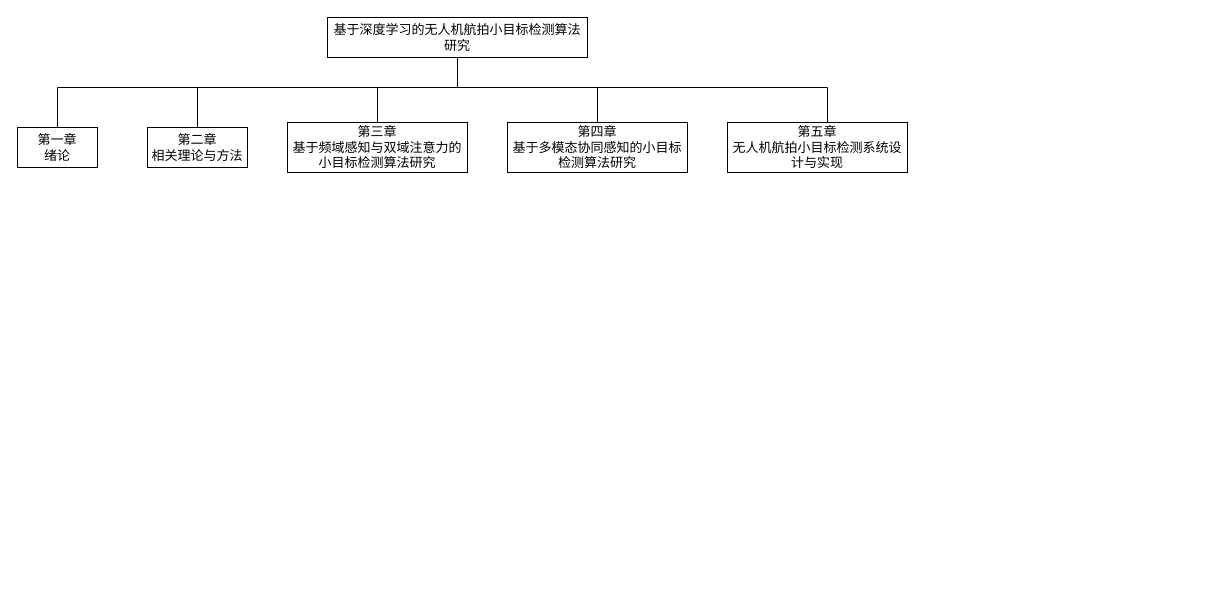
Above: DrawIO_file/毕业论文画图/章节安排结构图.drawio in DingDongZz/typera_PicGO (draw.io), before the change. Source tidied: cells renumbered, new cells numbered last; positions are measured from the earlier drawing's top-left corner, leaving out a move shared by most shapes. Both pictures are drawn from the tidied source at 100%, with x=0, y=0 at pixel (17, 17).
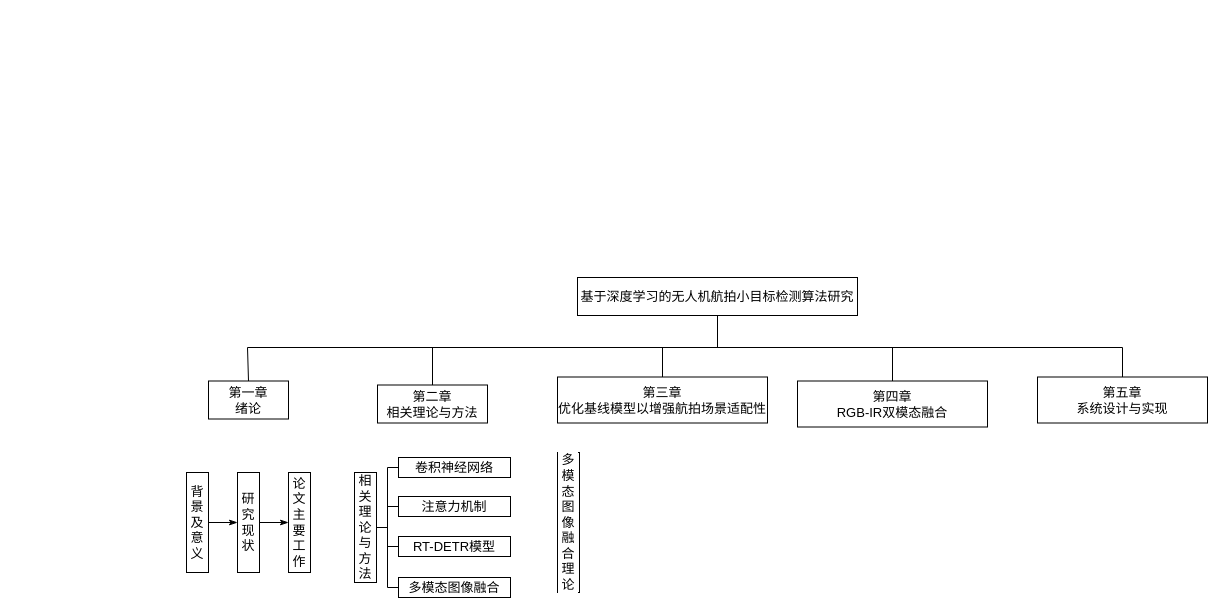
After the change.

Commit message (it also covers changes not shown here):
更新章节安排结构图.drawio

The edit, as a diff of the source:
```diff
@@
     <mxCell id="2" style="edgeStyle=orthogonalEdgeStyle;rounded=0;jettySize=auto;html=1;entryX=0.5;entryY=0;entryDx=0;entryDy=0;endArrow=none;startFill=0;fontFamily=宋体;fontSize=13;" parent="1" edge="1" source="7" target="8">
       <mxGeometry relative="1" as="geometry">
         <Array as="points">
-          <mxPoint x="440" y="70" />
-          <mxPoint x="40" y="70" />
+          <mxPoint x="700" y="330" />
+          <mxPoint x="230" y="330" />
+          <mxPoint x="230" y="363" />
         </Array>
       </mxGeometry>
     </mxCell>
     <mxCell id="3" style="edgeStyle=orthogonalEdgeStyle;shape=connector;rounded=0;jettySize=auto;html=1;entryX=0.5;entryY=0;entryDx=0;entryDy=0;strokeColor=default;align=center;verticalAlign=middle;fontFamily=宋体;fontSize=13;fontColor=default;labelBackgroundColor=default;startFill=0;endArrow=none;" parent="1" edge="1" source="7" target="9">
       <mxGeometry relative="1" as="geometry">
         <Array as="points">
-          <mxPoint x="440" y="70" />
-          <mxPoint x="180" y="70" />
+          <mxPoint x="700" y="330" />
+          <mxPoint x="415" y="330" />
         </Array>
       </mxGeometry>
     </mxCell>
     <mxCell id="4" style="edgeStyle=orthogonalEdgeStyle;shape=connector;rounded=0;jettySize=auto;html=1;entryX=0.5;entryY=0;entryDx=0;entryDy=0;strokeColor=default;align=center;verticalAlign=middle;fontFamily=宋体;fontSize=13;fontColor=default;labelBackgroundColor=default;startFill=0;endArrow=none;" parent="1" edge="1" source="7" target="10">
       <mxGeometry relative="1" as="geometry">
         <Array as="points">
-          <mxPoint x="440" y="70" />
-          <mxPoint x="360" y="70" />
+          <mxPoint x="700" y="330" />
+          <mxPoint x="645" y="330" />
         </Array>
       </mxGeometry>
     </mxCell>
     <mxCell id="5" style="edgeStyle=orthogonalEdgeStyle;shape=connector;rounded=0;jettySize=auto;html=1;entryX=0.5;entryY=0;entryDx=0;entryDy=0;strokeColor=default;align=center;verticalAlign=middle;fontFamily=宋体;fontSize=13;fontColor=default;labelBackgroundColor=default;startFill=0;endArrow=none;" parent="1" edge="1" source="7" target="11">
       <mxGeometry relative="1" as="geometry">
         <Array as="points">
-          <mxPoint x="440" y="70" />
-          <mxPoint x="580" y="70" />
+          <mxPoint x="700" y="330" />
+          <mxPoint x="875" y="330" />
         </Array>
       </mxGeometry>
     </mxCell>
     <mxCell id="6" style="edgeStyle=orthogonalEdgeStyle;shape=connector;rounded=0;jettySize=auto;html=1;entryX=0.5;entryY=0;entryDx=0;entryDy=0;strokeColor=default;align=center;verticalAlign=middle;fontFamily=宋体;fontSize=13;fontColor=default;labelBackgroundColor=default;startFill=0;endArrow=none;" parent="1" edge="1" source="7" target="12">
       <mxGeometry relative="1" as="geometry">
         <Array as="points">
-          <mxPoint x="440" y="70" />
-          <mxPoint x="810" y="70" />
+          <mxPoint x="700" y="330" />
+          <mxPoint x="1105" y="330" />
         </Array>
       </mxGeometry>
     </mxCell>
     <mxCell id="7" value="基于深度学习的无人机航拍小目标检测算法研究" style="rounded=0;whiteSpace=wrap;html=1;fontFamily=宋体;fontSize=13;" parent="1" vertex="1">
-      <mxGeometry x="310" width="260" height="40" as="geometry" />
+      <mxGeometry x="560" y="260" width="280" height="38" as="geometry" />
     </mxCell>
     <mxCell id="8" value="第一章&lt;div&gt;绪论&lt;/div&gt;" style="rounded=0;whiteSpace=wrap;html=1;fontFamily=宋体;fontSize=13;" parent="1" vertex="1">
-      <mxGeometry y="110" width="80" height="40" as="geometry" />
+      <mxGeometry x="191" y="363.5" width="80" height="38" as="geometry" />
     </mxCell>
     <mxCell id="9" value="第二章&lt;div&gt;相关理论与方法&lt;/div&gt;" style="rounded=0;whiteSpace=wrap;html=1;fontFamily=宋体;fontSize=13;" parent="1" vertex="1">
-      <mxGeometry x="130" y="110" width="100" height="40" as="geometry" />
+      <mxGeometry x="360" y="367.5" width="110" height="38" as="geometry" />
     </mxCell>
-    <mxCell id="10" value="第三章&lt;div&gt;&lt;span&gt;基于频域感知与双域注意力的小目标检测算法研究&lt;/span&gt;&lt;/div&gt;" style="rounded=0;whiteSpace=wrap;html=1;fontFamily=宋体;fontSize=13;" parent="1" vertex="1">
-      <mxGeometry x="270" y="105" width="180" height="50" as="geometry" />
+    <mxCell id="10" value="第三章&lt;div&gt;&lt;span&gt;优化基线模型以增强航拍场景适配性&lt;/span&gt;&lt;/div&gt;" style="rounded=0;whiteSpace=wrap;html=1;fontFamily=宋体;fontSize=13;" parent="1" vertex="1">
+      <mxGeometry x="540" y="359.5" width="210" height="46" as="geometry" />
     </mxCell>
-    <mxCell id="11" value="第四章&lt;div&gt;&lt;span&gt;基于多模态协同感知的小目标检测算法研究&lt;/span&gt;&lt;/div&gt;" style="rounded=0;whiteSpace=wrap;html=1;fontFamily=宋体;fontSize=13;" parent="1" vertex="1">
-      <mxGeometry x="490" y="105" width="180" height="50" as="geometry" />
+    <mxCell id="11" value="第四章&lt;div&gt;RGB-IR双模态融合&lt;/div&gt;" style="rounded=0;whiteSpace=wrap;html=1;fontFamily=宋体;fontSize=13;" parent="1" vertex="1">
+      <mxGeometry x="780" y="363.5" width="190" height="46" as="geometry" />
     </mxCell>
-    <mxCell id="12" value="第五章&lt;div&gt;&lt;span&gt;无人机航拍小目标检测系统设计与实现&lt;/span&gt;&lt;/div&gt;" style="rounded=0;whiteSpace=wrap;html=1;fontFamily=宋体;fontSize=13;" parent="1" vertex="1">
-      <mxGeometry x="710" y="105" width="180" height="50" as="geometry" />
+    <mxCell id="12" value="第五章&lt;div&gt;&lt;span&gt;系统设计与实现&lt;/span&gt;&lt;/div&gt;" style="rounded=0;whiteSpace=wrap;html=1;fontFamily=宋体;fontSize=13;" parent="1" vertex="1">
+      <mxGeometry x="1020" y="359.5" width="170" height="46" as="geometry" />
     </mxCell>
+    <mxCell id="13" value="多模态图像融合理论" style="rounded=0;whiteSpace=wrap;html=1;fontFamily=宋体;fontSize=13;fontColor=default;labelBackgroundColor=default;horizontal=1;verticalAlign=middle;" parent="1" vertex="1">
+      <mxGeometry x="540" y="435" width="22" height="140" as="geometry" />
+    </mxCell>
+    <mxCell id="14" style="group;fontFamily=宋体;fontSize=13;" parent="1" vertex="1">
+      <mxGeometry x="169" y="455" width="124" height="100" as="geometry" />
+    </mxCell>
+    <mxCell id="15" style="edgeStyle=orthogonalEdgeStyle;shape=connector;rounded=0;jettySize=auto;html=1;entryX=0;entryY=0.5;entryDx=0;entryDy=0;strokeColor=default;align=center;verticalAlign=middle;fontFamily=宋体;fontSize=13;fontColor=default;labelBackgroundColor=default;startFill=0;endArrow=classicThin;endFill=1;" parent="14" edge="1" source="16" target="18">
+      <mxGeometry relative="1" as="geometry" />
+    </mxCell>
+    <mxCell id="16" value="背景及意义" style="rounded=0;whiteSpace=wrap;html=1;fontFamily=宋体;fontSize=13;fontColor=default;labelBackgroundColor=default;horizontal=1;verticalAlign=middle;" parent="14" vertex="1">
+      <mxGeometry width="22" height="100" as="geometry" />
+    </mxCell>
+    <mxCell id="17" style="edgeStyle=orthogonalEdgeStyle;shape=connector;rounded=0;jettySize=auto;html=1;entryX=0;entryY=0.5;entryDx=0;entryDy=0;strokeColor=default;align=center;verticalAlign=middle;fontFamily=宋体;fontSize=13;fontColor=default;labelBackgroundColor=default;startFill=0;endArrow=classicThin;endFill=1;" parent="14" edge="1" source="18" target="19">
+      <mxGeometry relative="1" as="geometry" />
+    </mxCell>
+    <mxCell id="18" value="研究现状" style="rounded=0;whiteSpace=wrap;html=1;fontFamily=宋体;fontSize=13;fontColor=default;labelBackgroundColor=default;horizontal=1;verticalAlign=middle;" parent="14" vertex="1">
+      <mxGeometry x="51" width="22" height="100" as="geometry" />
+    </mxCell>
+    <mxCell id="19" value="论文主要工作" style="rounded=0;whiteSpace=wrap;html=1;fontFamily=宋体;fontSize=13;fontColor=default;labelBackgroundColor=default;horizontal=1;verticalAlign=middle;" parent="14" vertex="1">
+      <mxGeometry x="102" width="22" height="100" as="geometry" />
+    </mxCell>
+    <mxCell id="20" style="group;fontFamily=宋体;fontSize=13;" parent="1" vertex="1">
+      <mxGeometry x="337" y="440" width="156" height="140" as="geometry" />
+    </mxCell>
+    <mxCell id="21" style="edgeStyle=orthogonalEdgeStyle;shape=connector;rounded=0;jettySize=auto;html=1;entryX=0;entryY=0.5;entryDx=0;entryDy=0;strokeColor=default;align=center;verticalAlign=middle;fontFamily=宋体;fontSize=13;fontColor=default;labelBackgroundColor=default;startFill=0;endArrow=none;exitX=1;exitY=0.5;exitDx=0;exitDy=0;" parent="20" edge="1" source="25" target="26">
+      <mxGeometry relative="1" as="geometry">
+        <Array as="points">
+          <mxPoint x="33" y="70" />
+          <mxPoint x="33" y="10" />
+        </Array>
+      </mxGeometry>
+    </mxCell>
+    <mxCell id="22" style="edgeStyle=orthogonalEdgeStyle;shape=connector;rounded=0;orthogonalLoop=1;jettySize=auto;html=1;entryX=0;entryY=0.5;entryDx=0;entryDy=0;strokeColor=default;align=center;verticalAlign=middle;fontFamily=宋体;fontSize=13;fontColor=default;labelBackgroundColor=default;startFill=0;endArrow=none;" parent="20" edge="1">
+      <mxGeometry relative="1" as="geometry">
+        <mxPoint x="25" y="70" as="sourcePoint" />
+        <mxPoint x="49" y="49" as="targetPoint" />
+        <Array as="points">
+          <mxPoint x="33" y="70" />
+          <mxPoint x="33" y="49" />
+        </Array>
+      </mxGeometry>
+    </mxCell>
+    <mxCell id="23" style="edgeStyle=orthogonalEdgeStyle;shape=connector;rounded=0;orthogonalLoop=1;jettySize=auto;html=1;entryX=0;entryY=0.5;entryDx=0;entryDy=0;strokeColor=default;align=center;verticalAlign=middle;fontFamily=宋体;fontSize=13;fontColor=default;labelBackgroundColor=default;startFill=0;endArrow=none;" parent="20" edge="1">
+      <mxGeometry relative="1" as="geometry">
+        <mxPoint x="27" y="70" as="sourcePoint" />
+        <mxPoint x="49" y="89" as="targetPoint" />
+        <Array as="points">
+          <mxPoint x="33" y="70" />
+          <mxPoint x="33" y="89" />
+        </Array>
+      </mxGeometry>
+    </mxCell>
+    <mxCell id="24" style="edgeStyle=orthogonalEdgeStyle;shape=connector;rounded=0;jettySize=auto;html=1;entryX=0;entryY=0.5;entryDx=0;entryDy=0;strokeColor=default;align=center;verticalAlign=middle;fontFamily=宋体;fontSize=13;fontColor=default;labelBackgroundColor=default;startFill=0;endArrow=none;" parent="20" edge="1" target="29">
+      <mxGeometry relative="1" as="geometry">
+        <mxPoint x="17" y="70" as="sourcePoint" />
+        <Array as="points">
+          <mxPoint x="33" y="70" />
+          <mxPoint x="33" y="130" />
+        </Array>
+      </mxGeometry>
+    </mxCell>
+    <mxCell id="25" value="相关理论与方法" style="rounded=0;whiteSpace=wrap;html=1;fontFamily=宋体;fontSize=13;fontColor=default;labelBackgroundColor=default;horizontal=1;verticalAlign=middle;" parent="20" vertex="1">
+      <mxGeometry y="15" width="22" height="110" as="geometry" />
+    </mxCell>
+    <mxCell id="26" value="卷积神经网络" style="rounded=0;whiteSpace=wrap;html=1;fontFamily=宋体;fontSize=13;fontColor=default;labelBackgroundColor=default;" parent="20" vertex="1">
+      <mxGeometry x="44" width="112" height="20" as="geometry" />
+    </mxCell>
+    <mxCell id="27" value="注意力机制" style="rounded=0;whiteSpace=wrap;html=1;fontFamily=宋体;fontSize=13;fontColor=default;labelBackgroundColor=default;" parent="20" vertex="1">
+      <mxGeometry x="44" y="39" width="112" height="20" as="geometry" />
+    </mxCell>
+    <mxCell id="28" value="RT-DETR模型" style="rounded=0;whiteSpace=wrap;html=1;fontFamily=宋体;fontSize=13;fontColor=default;labelBackgroundColor=default;" parent="20" vertex="1">
+      <mxGeometry x="44" y="79" width="112" height="20" as="geometry" />
+    </mxCell>
+    <mxCell id="29" value="多模态图像融合" style="rounded=0;whiteSpace=wrap;html=1;fontFamily=宋体;fontSize=13;fontColor=default;labelBackgroundColor=default;" parent="20" vertex="1">
+      <mxGeometry x="44" y="120" width="112" height="20" as="geometry" />
+    </mxCell>
+    <mxCell id="30" style="edgeStyle=orthogonalEdgeStyle;shape=connector;rounded=0;orthogonalLoop=1;jettySize=auto;html=1;exitX=0.5;exitY=1;exitDx=0;exitDy=0;strokeColor=default;align=center;verticalAlign=middle;fontFamily=宋体;fontSize=13;fontColor=default;labelBackgroundColor=default;startFill=0;endArrow=none;" parent="20" edge="1" source="26" target="26">
+      <mxGeometry relative="1" as="geometry" />
+    </mxCell>
```
